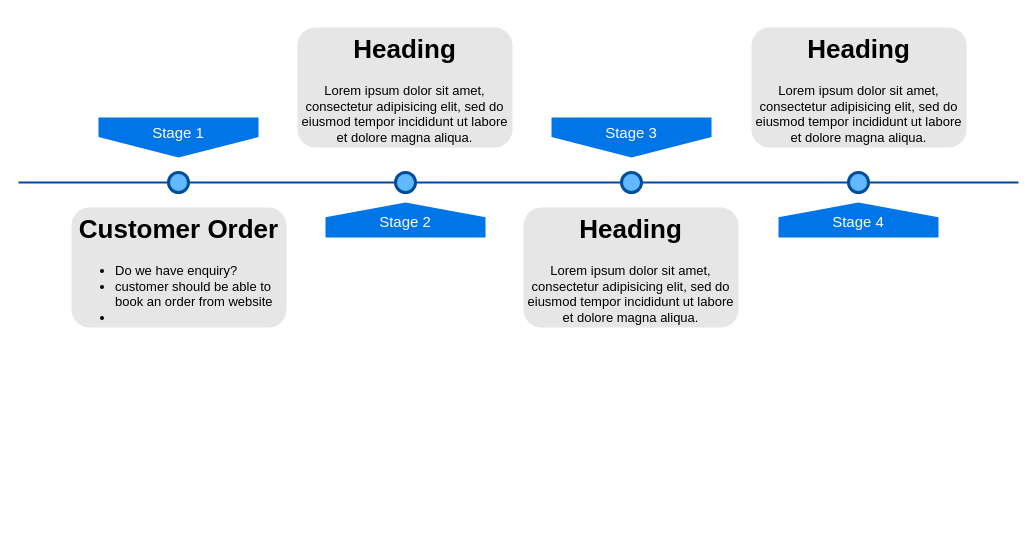
Before: Factory_Flow_Diagram.drawio in murugesan-narayan/design-resources-for-developers, a draw.io diagram. Source tidied: cells renumbered, new cells numbered last; positions are measured from the earlier drawing's top-left corner, leaving out a move shared by most shapes. Both pictures are drawn from the tidied source at 100%, with x=0, y=0 at pixel (18, 27).
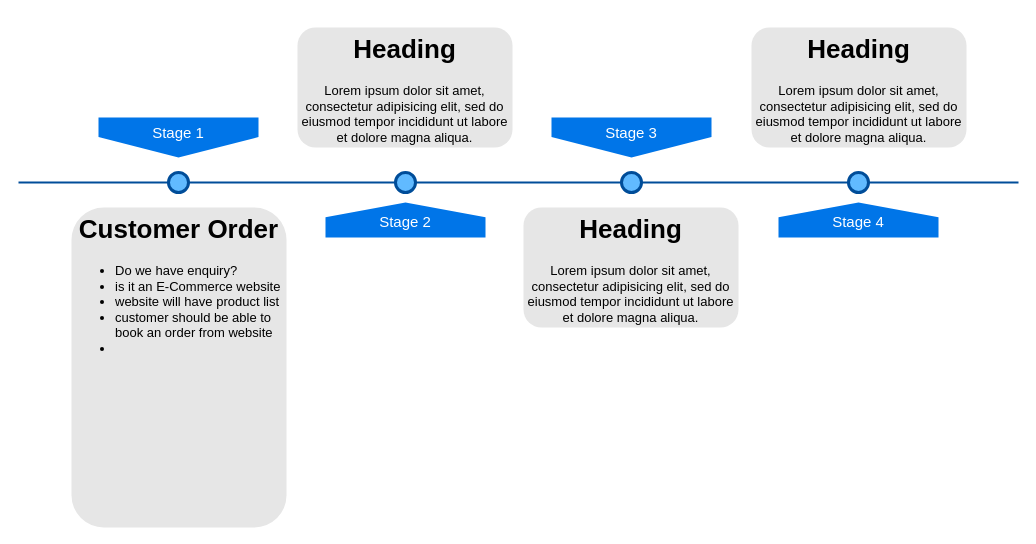
After the change.

The edit, as a diff of the source:
```diff
@@
 <mxGraphModel>
   <root>
     <mxCell id="0" />
     <mxCell id="1" parent="0" />
     <mxCell id="2" style="line;strokeWidth=2;html=1;fillColor=none;fontSize=28;fontColor=#004D99;strokeColor=#004D99;" parent="1" vertex="1">
       <mxGeometry y="150" width="1000" height="10" as="geometry" />
     </mxCell>
     <mxCell id="3" value="Stage 1" style="shape=offPageConnector;whiteSpace=wrap;html=1;fillColor=#0075E8;fontSize=15;fontColor=#FFFFFF;size=0.5093750000000015;verticalAlign=top;strokeColor=none;" parent="1" vertex="1">
       <mxGeometry x="80" y="90" width="160" height="40" as="geometry" />
     </mxCell>
     <mxCell id="4" value="&lt;span&gt;Stage 3&lt;/span&gt;" style="shape=offPageConnector;whiteSpace=wrap;html=1;fillColor=#0075E8;fontSize=15;fontColor=#FFFFFF;size=0.5093750000000015;verticalAlign=top;strokeColor=none;" parent="1" vertex="1">
       <mxGeometry x="533" y="90" width="160" height="40" as="geometry" />
     </mxCell>
     <mxCell id="5" value="&lt;span&gt;Stage 2&lt;/span&gt;" style="shape=offPageConnector;whiteSpace=wrap;html=1;fillColor=#0075E8;fontSize=15;fontColor=#FFFFFF;size=0.4178571428571445;flipV=1;verticalAlign=bottom;strokeColor=none;spacingBottom=4;" parent="1" vertex="1">
       <mxGeometry x="307" y="175" width="160" height="35" as="geometry" />
     </mxCell>
     <mxCell id="6" value="&lt;span&gt;Stage 4&lt;/span&gt;" style="shape=offPageConnector;whiteSpace=wrap;html=1;fillColor=#0075E8;fontSize=15;fontColor=#FFFFFF;size=0.4178571428571445;flipV=1;verticalAlign=bottom;strokeColor=none;spacingBottom=4;" parent="1" vertex="1">
       <mxGeometry x="760" y="175" width="160" height="35" as="geometry" />
     </mxCell>
     <mxCell id="7" style="ellipse;whiteSpace=wrap;html=1;fillColor=#61BAFF;fontSize=28;fontColor=#004D99;strokeWidth=3;strokeColor=#004D99;" parent="1" vertex="1">
       <mxGeometry x="150" y="145" width="20" height="20" as="geometry" />
     </mxCell>
     <mxCell id="8" style="ellipse;whiteSpace=wrap;html=1;fillColor=#61BAFF;fontSize=28;fontColor=#004D99;strokeWidth=3;strokeColor=#004D99;" parent="1" vertex="1">
       <mxGeometry x="377" y="145" width="20" height="20" as="geometry" />
     </mxCell>
     <mxCell id="9" style="ellipse;whiteSpace=wrap;html=1;fillColor=#61BAFF;fontSize=28;fontColor=#004D99;strokeWidth=3;strokeColor=#004D99;" parent="1" vertex="1">
       <mxGeometry x="603" y="145" width="20" height="20" as="geometry" />
     </mxCell>
     <mxCell id="10" style="ellipse;whiteSpace=wrap;html=1;fillColor=#61BAFF;fontSize=28;fontColor=#004D99;strokeWidth=3;strokeColor=#004D99;" parent="1" vertex="1">
       <mxGeometry x="830" y="145" width="20" height="20" as="geometry" />
     </mxCell>
-    <mxCell id="11" value="&lt;h1&gt;Customer Order&lt;/h1&gt;&lt;p style=&quot;text-align: left;&quot;&gt;&lt;/p&gt;&lt;ul&gt;&lt;li style=&quot;text-align: left;&quot;&gt;Do we have enquiry?&lt;/li&gt;&lt;li style=&quot;text-align: left;&quot;&gt;&lt;span style=&quot;background-color: initial;&quot;&gt;customer should be able to book an order from website&lt;/span&gt;&lt;/li&gt;&lt;li style=&quot;text-align: left;&quot;&gt;&lt;span style=&quot;background-color: initial;&quot;&gt;&lt;br&gt;&lt;/span&gt;&lt;/li&gt;&lt;/ul&gt;&lt;p&gt;&lt;/p&gt;" style="text;html=1;spacing=5;spacingTop=-20;whiteSpace=wrap;overflow=hidden;strokeColor=none;strokeWidth=3;fillColor=#E6E6E6;fontSize=13;fontColor=#000000;align=center;rounded=1;" parent="1" vertex="1">
-      <mxGeometry x="53" y="180" width="215" height="120" as="geometry" />
+    <mxCell id="11" value="&lt;h1&gt;Customer Order&lt;/h1&gt;&lt;p style=&quot;text-align: left;&quot;&gt;&lt;/p&gt;&lt;ul&gt;&lt;li style=&quot;text-align: left;&quot;&gt;Do we have enquiry?&lt;/li&gt;&lt;li style=&quot;text-align: left;&quot;&gt;is it an E-Commerce website&lt;/li&gt;&lt;li style=&quot;text-align: left;&quot;&gt;website will have product list&lt;/li&gt;&lt;li style=&quot;text-align: left;&quot;&gt;&lt;span style=&quot;background-color: initial;&quot;&gt;customer should be able to book an order from website&lt;/span&gt;&lt;/li&gt;&lt;li style=&quot;text-align: left;&quot;&gt;&lt;span style=&quot;background-color: initial;&quot;&gt;&lt;br&gt;&lt;/span&gt;&lt;/li&gt;&lt;/ul&gt;&lt;p&gt;&lt;/p&gt;" style="text;html=1;spacing=5;spacingTop=-20;whiteSpace=wrap;overflow=hidden;strokeColor=none;strokeWidth=3;fillColor=#E6E6E6;fontSize=13;fontColor=#000000;align=center;rounded=1;" parent="1" vertex="1">
+      <mxGeometry x="53" y="180" width="215" height="320" as="geometry" />
     </mxCell>
     <mxCell id="12" value="&lt;h1&gt;Heading&lt;/h1&gt;&lt;p&gt;Lorem ipsum dolor sit amet, consectetur adipisicing elit, sed do eiusmod tempor incididunt ut labore et dolore magna aliqua.&lt;/p&gt;" style="text;html=1;spacing=5;spacingTop=-20;whiteSpace=wrap;overflow=hidden;strokeColor=none;strokeWidth=3;fillColor=#E6E6E6;fontSize=13;fontColor=#000000;align=center;rounded=1;" parent="1" vertex="1">
       <mxGeometry x="279" width="215" height="120" as="geometry" />
     </mxCell>
     <mxCell id="13" value="&lt;h1&gt;Heading&lt;/h1&gt;&lt;p&gt;Lorem ipsum dolor sit amet, consectetur adipisicing elit, sed do eiusmod tempor incididunt ut labore et dolore magna aliqua.&lt;/p&gt;" style="text;html=1;spacing=5;spacingTop=-20;whiteSpace=wrap;overflow=hidden;strokeColor=none;strokeWidth=3;fillColor=#E6E6E6;fontSize=13;fontColor=#000000;align=center;rounded=1;" parent="1" vertex="1">
       <mxGeometry x="505" y="180" width="215" height="120" as="geometry" />
     </mxCell>
     <mxCell id="14" value="&lt;h1&gt;Heading&lt;/h1&gt;&lt;p&gt;Lorem ipsum dolor sit amet, consectetur adipisicing elit, sed do eiusmod tempor incididunt ut labore et dolore magna aliqua.&lt;/p&gt;" style="text;html=1;spacing=5;spacingTop=-20;whiteSpace=wrap;overflow=hidden;strokeColor=none;strokeWidth=3;fillColor=#E6E6E6;fontSize=13;fontColor=#000000;align=center;rounded=1;" parent="1" vertex="1">
       <mxGeometry x="733" width="215" height="120" as="geometry" />
     </mxCell>
   </root>
 </mxGraphModel>
```
